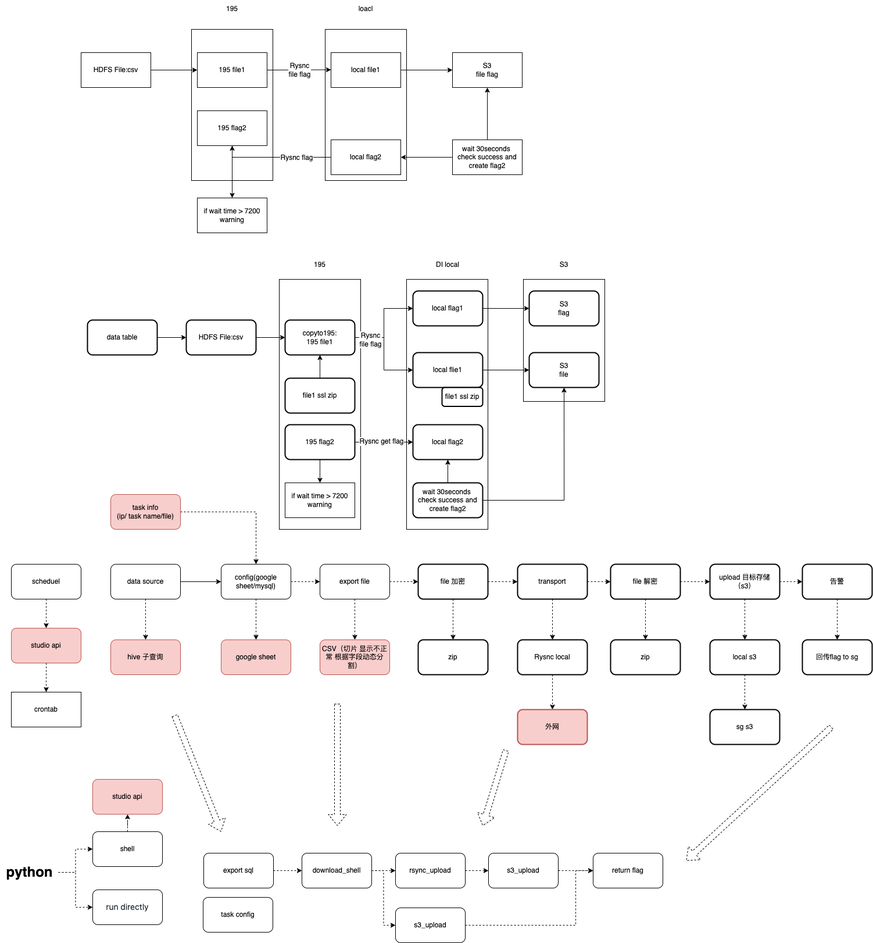
Before: test.drawio.png, a diagram exported from draw.io (a490888602/draw). Source tidied: cells renumbered, new cells last; positions are measured from the earlier drawing's top-left corner, leaving out a move shared by most shapes.
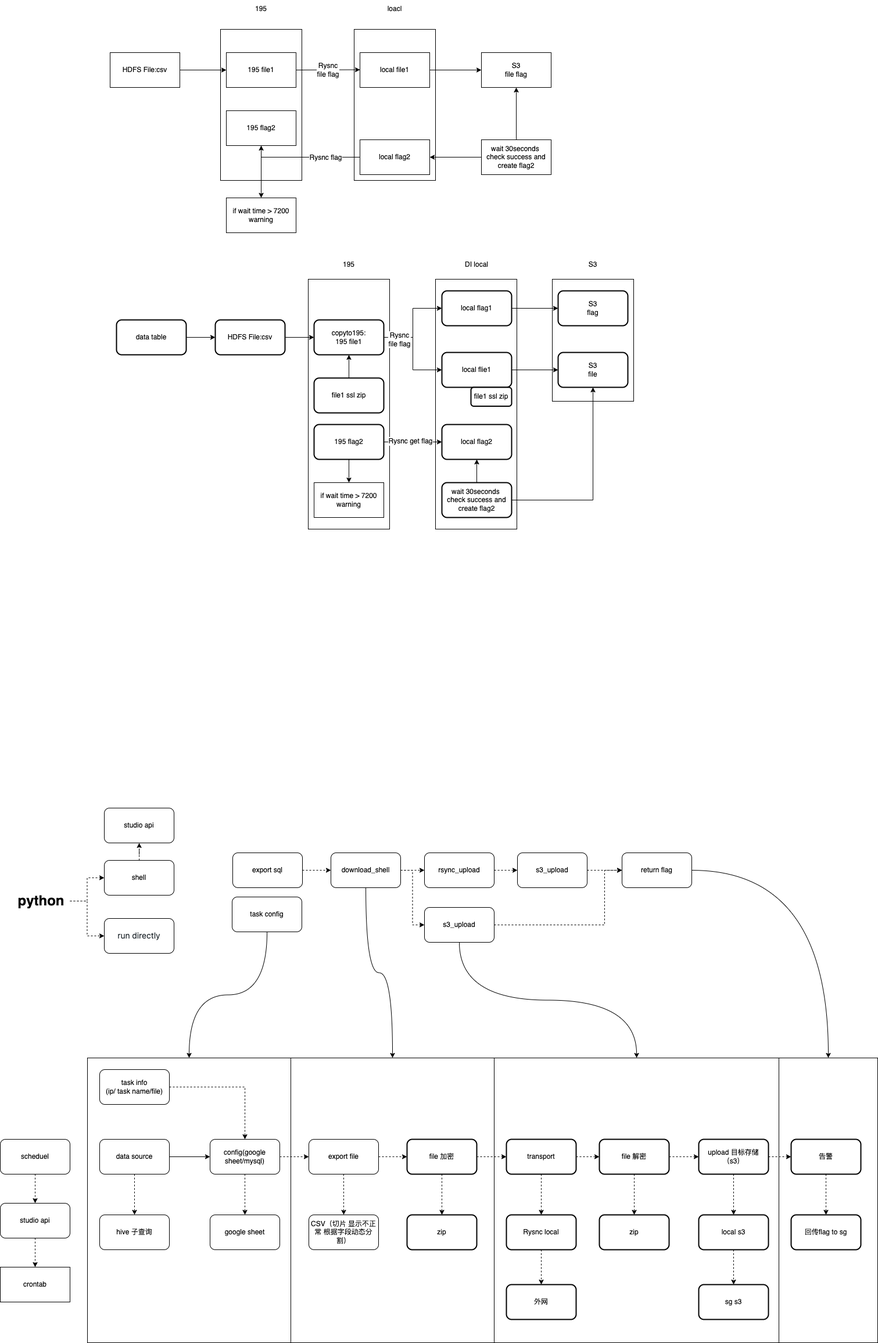
The same diagram one commit later.

What changed in the source:
```diff
@@ -2,6 +2,18 @@
   <root>
     <mxCell id="0" />
     <mxCell id="1" parent="0" />
+    <mxCell id="121" style="rounded=0;whiteSpace=wrap;html=1;" parent="1" vertex="1">
+      <mxGeometry x="1290" y="1820" width="170" height="490" as="geometry" />
+    </mxCell>
+    <mxCell id="122" style="rounded=0;whiteSpace=wrap;html=1;" parent="1" vertex="1">
+      <mxGeometry x="800" y="1820" width="490" height="490" as="geometry" />
+    </mxCell>
+    <mxCell id="123" style="rounded=0;whiteSpace=wrap;html=1;" parent="1" vertex="1">
+      <mxGeometry x="100" y="1820" width="350" height="490" as="geometry" />
+    </mxCell>
+    <mxCell id="124" style="rounded=0;whiteSpace=wrap;html=1;" parent="1" vertex="1">
+      <mxGeometry x="450" y="1820" width="350" height="490" as="geometry" />
+    </mxCell>
     <mxCell id="2" style="rounded=0;whiteSpace=wrap;html=1;" parent="1" vertex="1">
       <mxGeometry x="900" y="480" width="140" height="210" as="geometry" />
     </mxCell>
@@ -173,7 +185,7 @@
       <mxGeometry relative="1" as="geometry" />
     </mxCell>
     <mxCell id="56" value="config(google sheet/mysql)" style="rounded=1;whiteSpace=wrap;html=1;" parent="1" vertex="1">
-      <mxGeometry x="380" y="970" width="120" height="60" as="geometry" />
+      <mxGeometry x="311" y="1960" width="120" height="60" as="geometry" />
     </mxCell>
     <mxCell id="57" style="edgeStyle=orthogonalEdgeStyle;rounded=0;jettySize=auto;html=1;" parent="1" edge="1" source="59" target="56">
       <mxGeometry relative="1" as="geometry" />
@@ -182,13 +194,13 @@
       <mxGeometry relative="1" as="geometry" />
     </mxCell>
     <mxCell id="59" value="data source" style="rounded=1;whiteSpace=wrap;html=1;" parent="1" vertex="1">
-      <mxGeometry x="190" y="970" width="120" height="60" as="geometry" />
+      <mxGeometry x="121" y="1960" width="120" height="60" as="geometry" />
     </mxCell>
     <mxCell id="60" style="edgeStyle=orthogonalEdgeStyle;rounded=0;jettySize=auto;html=1;dashed=1;" parent="1" edge="1" source="61" target="93">
       <mxGeometry relative="1" as="geometry" />
     </mxCell>
     <mxCell id="61" value="scheduel" style="whiteSpace=wrap;html=1;rounded=1;" parent="1" vertex="1">
-      <mxGeometry x="19" y="970" width="120" height="60" as="geometry" />
+      <mxGeometry x="-50" y="1960" width="120" height="60" as="geometry" />
     </mxCell>
     <mxCell id="62" value="file1 ssl zip" style="rounded=1;whiteSpace=wrap;html=1;strokeWidth=2;" parent="1" vertex="1">
       <mxGeometry x="760" y="666" width="70" height="32.5" as="geometry" />
@@ -200,7 +212,7 @@
       <mxGeometry relative="1" as="geometry" />
     </mxCell>
     <mxCell id="65" value="export file" style="rounded=1;whiteSpace=wrap;html=1;" parent="1" vertex="1">
-      <mxGeometry x="550" y="970" width="120" height="60" as="geometry" />
+      <mxGeometry x="481" y="1960" width="120" height="60" as="geometry" />
     </mxCell>
     <mxCell id="66" style="edgeStyle=orthogonalEdgeStyle;rounded=0;jettySize=auto;html=1;dashed=1;" parent="1" edge="1" source="68" target="71">
       <mxGeometry relative="1" as="geometry" />
@@ -209,7 +221,7 @@
       <mxGeometry relative="1" as="geometry" />
     </mxCell>
     <mxCell id="68" value="file 加密" style="rounded=1;whiteSpace=wrap;html=1;strokeWidth=2;" parent="1" vertex="1">
-      <mxGeometry x="719" y="970" width="120" height="60" as="geometry" />
+      <mxGeometry x="650" y="1960" width="120" height="60" as="geometry" />
     </mxCell>
     <mxCell id="69" style="edgeStyle=orthogonalEdgeStyle;rounded=0;jettySize=auto;html=1;dashed=1;" parent="1" edge="1" source="71" target="74">
       <mxGeometry relative="1" as="geometry" />
@@ -218,7 +230,7 @@
       <mxGeometry relative="1" as="geometry" />
     </mxCell>
     <mxCell id="71" value="transport" style="rounded=1;whiteSpace=wrap;html=1;strokeWidth=2;" parent="1" vertex="1">
-      <mxGeometry x="890" y="970" width="120" height="60" as="geometry" />
+      <mxGeometry x="821" y="1960" width="120" height="60" as="geometry" />
     </mxCell>
     <mxCell id="72" style="edgeStyle=orthogonalEdgeStyle;rounded=0;jettySize=auto;html=1;dashed=1;" parent="1" edge="1" source="74" target="77">
       <mxGeometry relative="1" as="geometry" />
@@ -227,7 +239,7 @@
       <mxGeometry relative="1" as="geometry" />
     </mxCell>
     <mxCell id="74" value="file 解密" style="rounded=1;whiteSpace=wrap;html=1;strokeWidth=2;" parent="1" vertex="1">
-      <mxGeometry x="1050" y="970" width="120" height="60" as="geometry" />
+      <mxGeometry x="981" y="1960" width="120" height="60" as="geometry" />
     </mxCell>
     <mxCell id="75" style="edgeStyle=orthogonalEdgeStyle;rounded=0;jettySize=auto;html=1;dashed=1;" parent="1" edge="1" source="77" target="79">
       <mxGeometry relative="1" as="geometry" />
@@ -236,64 +248,64 @@
       <mxGeometry relative="1" as="geometry" />
     </mxCell>
     <mxCell id="77" value="upload 目标存储（s3）" style="rounded=1;whiteSpace=wrap;html=1;strokeWidth=2;" parent="1" vertex="1">
-      <mxGeometry x="1221" y="970" width="120" height="60" as="geometry" />
+      <mxGeometry x="1152" y="1960" width="120" height="60" as="geometry" />
     </mxCell>
     <mxCell id="78" style="edgeStyle=orthogonalEdgeStyle;rounded=0;jettySize=auto;html=1;dashed=1;" parent="1" edge="1" source="79" target="91">
       <mxGeometry relative="1" as="geometry" />
     </mxCell>
     <mxCell id="79" value="告警" style="rounded=1;whiteSpace=wrap;html=1;strokeWidth=2;" parent="1" vertex="1">
-      <mxGeometry x="1380" y="970" width="120" height="60" as="geometry" />
+      <mxGeometry x="1311" y="1960" width="120" height="60" as="geometry" />
     </mxCell>
-    <mxCell id="80" value="hive 子查询" style="rounded=1;whiteSpace=wrap;html=1;fillColor=#f8cecc;strokeColor=#b85450;" parent="1" vertex="1">
-      <mxGeometry x="190" y="1100" width="120" height="60" as="geometry" />
+    <mxCell id="80" value="hive 子查询" style="rounded=1;whiteSpace=wrap;html=1;" parent="1" vertex="1">
+      <mxGeometry x="121" y="2090" width="120" height="60" as="geometry" />
     </mxCell>
-    <mxCell id="81" value="google sheet" style="rounded=1;whiteSpace=wrap;html=1;fillColor=#f8cecc;strokeColor=#b85450;" parent="1" vertex="1">
-      <mxGeometry x="380" y="1100" width="120" height="60" as="geometry" />
+    <mxCell id="81" value="google sheet" style="rounded=1;whiteSpace=wrap;html=1;" parent="1" vertex="1">
+      <mxGeometry x="311" y="2090" width="120" height="60" as="geometry" />
     </mxCell>
-    <mxCell id="82" value="CSV（切片 显示不正常 根据字段动态分割）" style="rounded=1;whiteSpace=wrap;html=1;fillColor=#f8cecc;strokeColor=#b85450;" parent="1" vertex="1">
-      <mxGeometry x="550" y="1100" width="120" height="60" as="geometry" />
+    <mxCell id="82" value="CSV（切片 显示不正常 根据字段动态分割）" style="rounded=1;whiteSpace=wrap;html=1;" parent="1" vertex="1">
+      <mxGeometry x="481" y="2090" width="120" height="60" as="geometry" />
     </mxCell>
     <mxCell id="83" value="zip" style="rounded=1;whiteSpace=wrap;html=1;strokeWidth=2;" parent="1" vertex="1">
-      <mxGeometry x="719" y="1100" width="120" height="60" as="geometry" />
+      <mxGeometry x="650" y="2090" width="120" height="60" as="geometry" />
     </mxCell>
     <mxCell id="84" style="edgeStyle=orthogonalEdgeStyle;rounded=0;jettySize=auto;html=1;dashed=1;" parent="1" edge="1" source="85" target="86">
       <mxGeometry relative="1" as="geometry" />
     </mxCell>
     <mxCell id="85" value="Rysnc local" style="rounded=1;whiteSpace=wrap;html=1;strokeWidth=2;" parent="1" vertex="1">
-      <mxGeometry x="890" y="1100" width="120" height="60" as="geometry" />
+      <mxGeometry x="821" y="2090" width="120" height="60" as="geometry" />
     </mxCell>
-    <mxCell id="86" value="外网" style="rounded=1;whiteSpace=wrap;html=1;strokeWidth=2;fillColor=#f8cecc;strokeColor=#b85450;" parent="1" vertex="1">
-      <mxGeometry x="890" y="1220" width="120" height="60" as="geometry" />
+    <mxCell id="86" value="外网" style="rounded=1;whiteSpace=wrap;html=1;strokeWidth=2;" parent="1" vertex="1">
+      <mxGeometry x="821" y="2210" width="120" height="60" as="geometry" />
     </mxCell>
     <mxCell id="87" style="edgeStyle=orthogonalEdgeStyle;rounded=0;jettySize=auto;html=1;dashed=1;" parent="1" edge="1" source="88" target="90">
       <mxGeometry relative="1" as="geometry" />
     </mxCell>
     <mxCell id="88" value="local s3" style="rounded=1;whiteSpace=wrap;html=1;strokeWidth=2;" parent="1" vertex="1">
-      <mxGeometry x="1221" y="1100" width="120" height="60" as="geometry" />
+      <mxGeometry x="1152" y="2090" width="120" height="60" as="geometry" />
     </mxCell>
     <mxCell id="89" value="zip" style="rounded=1;whiteSpace=wrap;html=1;strokeWidth=2;" parent="1" vertex="1">
-      <mxGeometry x="1050" y="1100" width="120" height="60" as="geometry" />
+      <mxGeometry x="981" y="2090" width="120" height="60" as="geometry" />
     </mxCell>
     <mxCell id="90" value="sg s3" style="rounded=1;whiteSpace=wrap;html=1;strokeWidth=2;" parent="1" vertex="1">
-      <mxGeometry x="1221" y="1220" width="120" height="60" as="geometry" />
+      <mxGeometry x="1152" y="2210" width="120" height="60" as="geometry" />
     </mxCell>
     <mxCell id="91" value="回传flag to sg" style="rounded=1;whiteSpace=wrap;html=1;strokeWidth=2;" parent="1" vertex="1">
-      <mxGeometry x="1380" y="1100" width="120" height="60" as="geometry" />
+      <mxGeometry x="1311" y="2090" width="120" height="60" as="geometry" />
     </mxCell>
     <mxCell id="92" style="edgeStyle=orthogonalEdgeStyle;rounded=0;jettySize=auto;html=1;dashed=1;" parent="1" edge="1" source="93" target="94">
       <mxGeometry relative="1" as="geometry" />
     </mxCell>
-    <mxCell id="93" value="studio api" style="whiteSpace=wrap;html=1;rounded=1;fillColor=#f8cecc;strokeColor=#b85450;" parent="1" vertex="1">
-      <mxGeometry x="19" y="1080" width="120" height="60" as="geometry" />
+    <mxCell id="93" value="studio api" style="whiteSpace=wrap;html=1;rounded=1;" parent="1" vertex="1">
+      <mxGeometry x="-50" y="2070" width="120" height="60" as="geometry" />
     </mxCell>
     <mxCell id="94" value="crontab" style="whiteSpace=wrap;html=1;" parent="1" vertex="1">
-      <mxGeometry x="19" y="1190" width="120" height="60" as="geometry" />
+      <mxGeometry x="-50" y="2180" width="120" height="60" as="geometry" />
     </mxCell>
     <mxCell id="95" style="edgeStyle=orthogonalEdgeStyle;rounded=0;jettySize=auto;html=1;entryX=0.5;entryY=0;entryDx=0;entryDy=0;dashed=1;" parent="1" edge="1" source="96" target="56">
       <mxGeometry relative="1" as="geometry" />
     </mxCell>
-    <mxCell id="96" value="task info&lt;br&gt;(ip/ task name/file)" style="rounded=1;whiteSpace=wrap;html=1;fillColor=#f8cecc;strokeColor=#b85450;" parent="1" vertex="1">
-      <mxGeometry x="190" y="850" width="120" height="60" as="geometry" />
+    <mxCell id="96" value="task info&lt;br&gt;(ip/ task name/file)" style="rounded=1;whiteSpace=wrap;html=1;" parent="1" vertex="1">
+      <mxGeometry x="121" y="1840" width="120" height="60" as="geometry" />
     </mxCell>
     <mxCell id="97" style="edgeStyle=orthogonalEdgeStyle;rounded=0;jettySize=auto;html=1;dashed=1;" parent="1" edge="1" source="99" target="103">
       <mxGeometry relative="1" as="geometry" />
@@ -301,6 +313,9 @@
     <mxCell id="98" style="edgeStyle=orthogonalEdgeStyle;rounded=0;jettySize=auto;html=1;entryX=0;entryY=0.5;entryDx=0;entryDy=0;dashed=1;" parent="1" edge="1" source="99" target="101">
       <mxGeometry relative="1" as="geometry" />
     </mxCell>
+    <mxCell id="125" style="edgeStyle=orthogonalEdgeStyle;jettySize=auto;html=1;entryX=0.5;entryY=0;entryDx=0;entryDy=0;curved=1;" parent="1" edge="1" source="99" target="124">
+      <mxGeometry relative="1" as="geometry" />
+    </mxCell>
     <mxCell id="99" value="download_shell" style="rounded=1;whiteSpace=wrap;html=1;" parent="1" vertex="1">
       <mxGeometry x="519" y="1467" width="120" height="60" as="geometry" />
     </mxCell>
@@ -312,6 +327,9 @@
         </Array>
       </mxGeometry>
     </mxCell>
+    <mxCell id="126" style="edgeStyle=orthogonalEdgeStyle;sketch=0;jettySize=auto;html=1;curved=1;" parent="1" edge="1" source="101" target="122">
+      <mxGeometry relative="1" as="geometry" />
+    </mxCell>
     <mxCell id="101" value="&lt;span style=&quot;text-align: left;&quot;&gt;s3_upload&lt;/span&gt;" style="rounded=1;whiteSpace=wrap;html=1;" parent="1" vertex="1">
       <mxGeometry x="680" y="1561" width="120" height="60" as="geometry" />
     </mxCell>
@@ -333,33 +351,12 @@
     <mxCell id="107" value="&lt;span style=&quot;text-align: left;&quot;&gt;s3_upload&lt;/span&gt;" style="rounded=1;whiteSpace=wrap;html=1;" parent="1" vertex="1">
       <mxGeometry x="840" y="1467" width="120" height="60" as="geometry" />
     </mxCell>
+    <mxCell id="127" style="edgeStyle=orthogonalEdgeStyle;sketch=0;jettySize=auto;html=1;entryX=0.5;entryY=0;entryDx=0;entryDy=0;curved=1;" parent="1" edge="1" source="108" target="121">
+      <mxGeometry relative="1" as="geometry" />
+    </mxCell>
     <mxCell id="108" value="&lt;span style=&quot;text-align: left;&quot;&gt;return flag&lt;/span&gt;" style="rounded=1;whiteSpace=wrap;html=1;" parent="1" vertex="1">
       <mxGeometry x="1020" y="1467" width="120" height="60" as="geometry" />
     </mxCell>
-    <mxCell id="109" style="shape=flexArrow;endArrow=classic;html=1;rounded=0;dashed=1;" parent="1" edge="1">
-      <mxGeometry relative="1" as="geometry">
-        <mxPoint x="300" y="1230" as="sourcePoint" />
-        <mxPoint x="380" y="1430" as="targetPoint" />
-      </mxGeometry>
-    </mxCell>
-    <mxCell id="110" style="shape=flexArrow;endArrow=classic;html=1;rounded=0;dashed=1;" parent="1" edge="1">
-      <mxGeometry relative="1" as="geometry">
-        <mxPoint x="580" y="1210" as="sourcePoint" />
-        <mxPoint x="580" y="1420" as="targetPoint" />
-      </mxGeometry>
-    </mxCell>
-    <mxCell id="111" style="shape=flexArrow;endArrow=classic;html=1;rounded=0;dashed=1;" parent="1" edge="1">
-      <mxGeometry relative="1" as="geometry">
-        <mxPoint x="870" y="1290" as="sourcePoint" />
-        <mxPoint x="830" y="1420" as="targetPoint" />
-      </mxGeometry>
-    </mxCell>
-    <mxCell id="112" style="shape=flexArrow;endArrow=classic;html=1;rounded=0;dashed=1;" parent="1" edge="1">
-      <mxGeometry relative="1" as="geometry">
-        <mxPoint x="1430" y="1250" as="sourcePoint" />
-        <mxPoint x="1180" y="1480" as="targetPoint" />
-      </mxGeometry>
-    </mxCell>
     <mxCell id="113" style="edgeStyle=orthogonalEdgeStyle;rounded=0;jettySize=auto;html=1;entryX=0;entryY=0.5;entryDx=0;entryDy=0;dashed=1;" parent="1" edge="1" source="115" target="117">
       <mxGeometry relative="1" as="geometry" />
     </mxCell>
@@ -367,20 +364,23 @@
       <mxGeometry relative="1" as="geometry" />
     </mxCell>
     <mxCell id="115" value="python" style="text;strokeColor=none;fillColor=none;html=1;fontSize=24;fontStyle=1;verticalAlign=middle;align=center;" parent="1" vertex="1">
-      <mxGeometry y="1480" width="100" height="40" as="geometry" />
+      <mxGeometry x="-30" y="1530" width="100" height="40" as="geometry" />
     </mxCell>
     <mxCell id="116" style="edgeStyle=orthogonalEdgeStyle;rounded=0;jettySize=auto;html=1;dashed=1;" parent="1" edge="1" source="117" target="119">
       <mxGeometry relative="1" as="geometry" />
     </mxCell>
     <mxCell id="117" value="shell" style="rounded=1;whiteSpace=wrap;html=1;" parent="1" vertex="1">
-      <mxGeometry x="159" y="1430" width="120" height="60" as="geometry" />
+      <mxGeometry x="129" y="1480" width="120" height="60" as="geometry" />
     </mxCell>
     <mxCell id="118" value="&lt;span style=&quot;color: rgb(24, 32, 38); font-family: -apple-system, &amp;quot;system-ui&amp;quot;, &amp;quot;Segoe UI&amp;quot;, Roboto, Oxygen, Ubuntu, Cantarell, &amp;quot;Open Sans&amp;quot;, &amp;quot;Helvetica Neue&amp;quot;, Icons16, sans-serif; font-size: 14px; text-align: start; background-color: rgb(255, 255, 255);&quot;&gt;run directly&lt;/span&gt;" style="rounded=1;whiteSpace=wrap;html=1;" parent="1" vertex="1">
-      <mxGeometry x="159" y="1530" width="120" height="60" as="geometry" />
+      <mxGeometry x="129" y="1580" width="120" height="60" as="geometry" />
     </mxCell>
-    <mxCell id="119" value="studio api" style="whiteSpace=wrap;html=1;rounded=1;fillColor=#f8cecc;strokeColor=#b85450;" parent="1" vertex="1">
-      <mxGeometry x="159" y="1340" width="120" height="60" as="geometry" />
+    <mxCell id="119" value="studio api" style="whiteSpace=wrap;html=1;rounded=1;" parent="1" vertex="1">
+      <mxGeometry x="129" y="1390" width="120" height="60" as="geometry" />
     </mxCell>
+    <mxCell id="128" style="edgeStyle=orthogonalEdgeStyle;jettySize=auto;html=1;entryX=0.5;entryY=0;entryDx=0;entryDy=0;curved=1;" parent="1" edge="1" source="120" target="123">
+      <mxGeometry relative="1" as="geometry" />
+    </mxCell>
     <mxCell id="120" value="task config" style="rounded=1;whiteSpace=wrap;html=1;" parent="1" vertex="1">
       <mxGeometry x="349" y="1543" width="120" height="60" as="geometry" />
     </mxCell>
```
